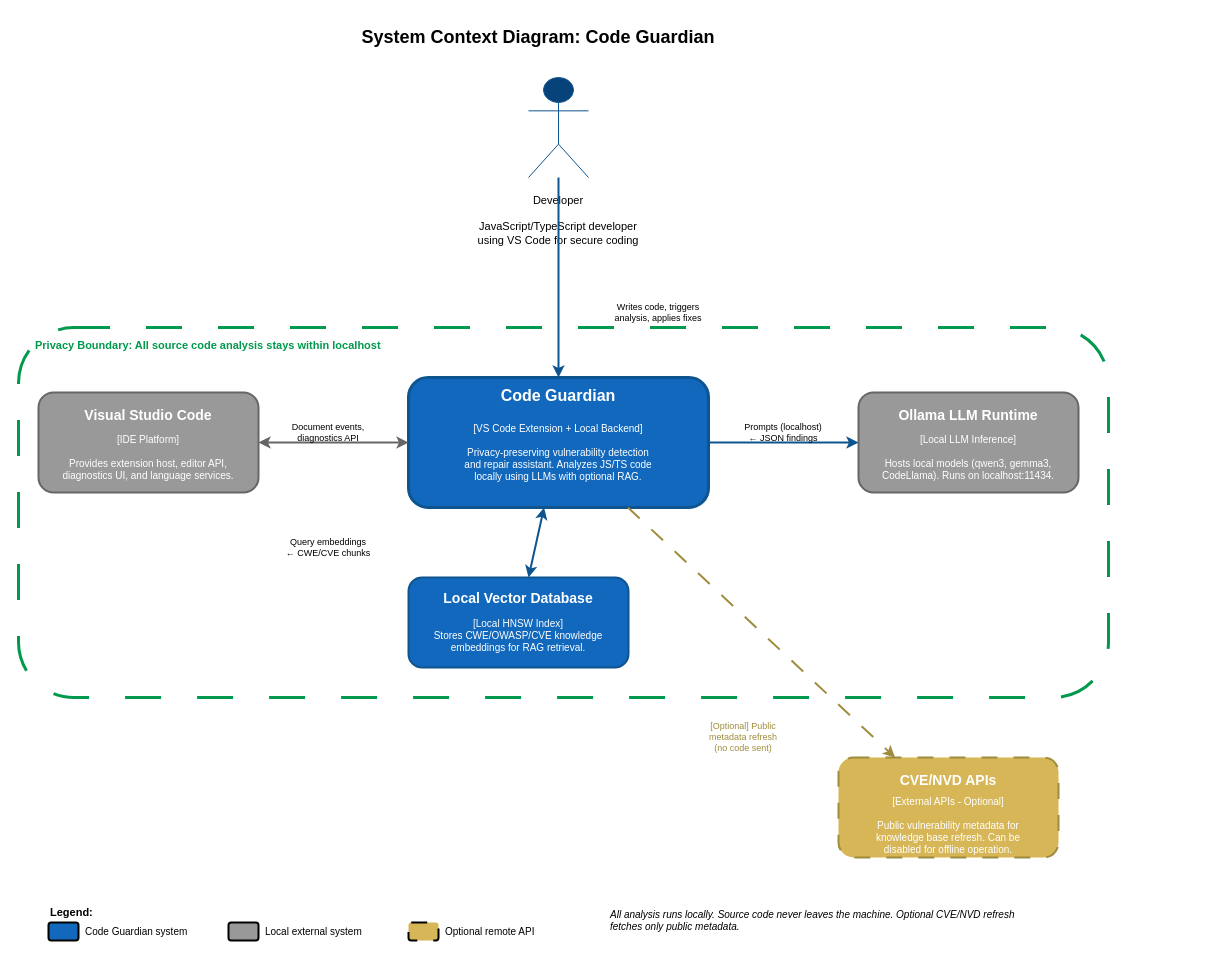
mdhafizur/tuc-master-thesis keeps this draw.io diagram as code-guardian-thesis-report/images/c4_context.drawio. Above is the earlier version. Source tidied: cells renumbered, new cells numbered last; positions are measured from the earlier drawing's top-left corner, leaving out a move shared by most shapes. Both pictures are drawn from the tidied source at 100%, with x=0, y=0 at pixel (18, 17).
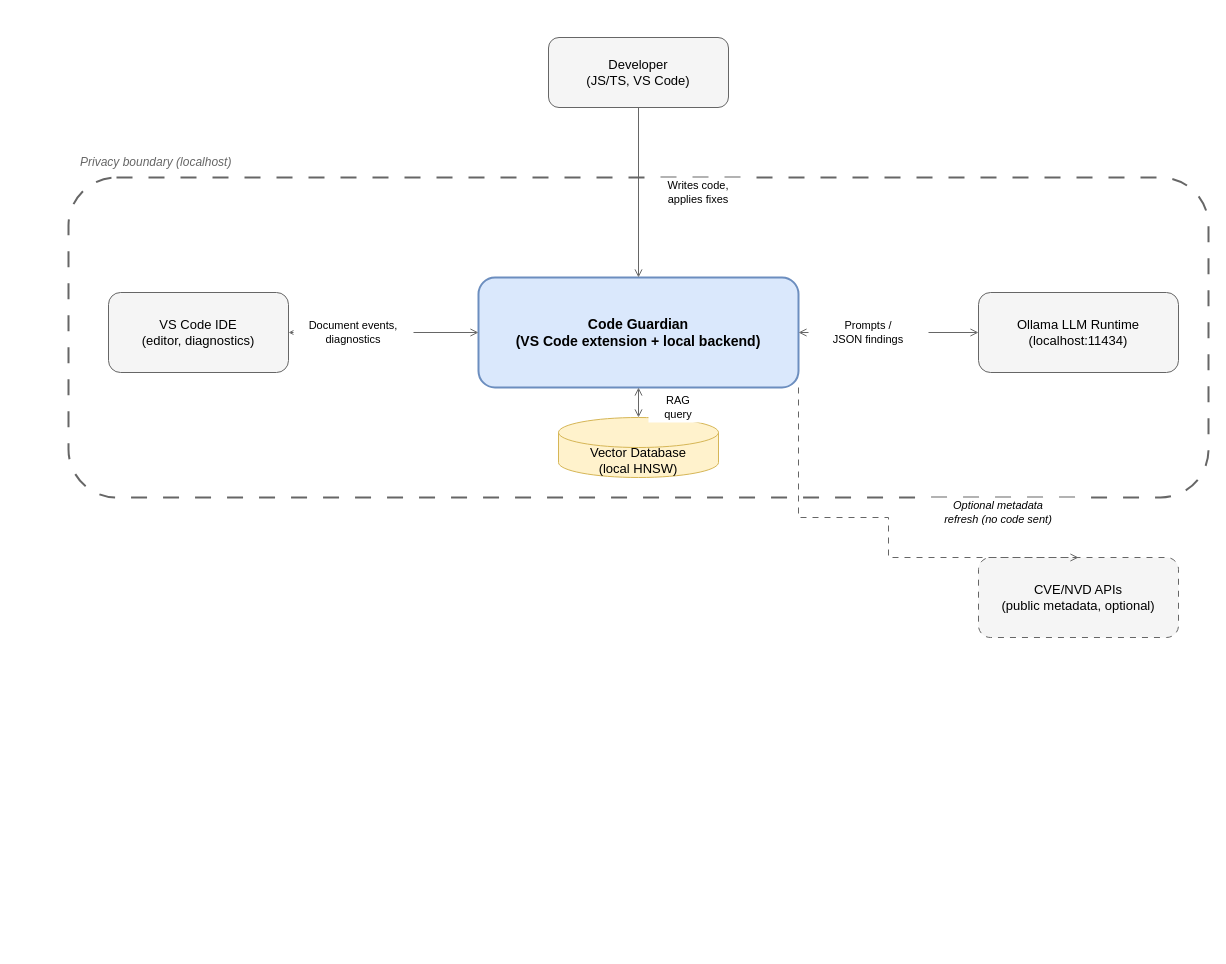
The same page after the edit.

What changed in the source:
```diff
@@
-    <mxCell id="2" value="System Context Diagram: Code Guardian" style="text;html=1;strokeColor=none;fillColor=none;align=center;verticalAlign=middle;whiteSpace=wrap;fontSize=18;fontStyle=1;" parent="1" vertex="1">
-      <mxGeometry x="270" width="500" height="40" as="geometry" />
-    </mxCell>
+    <mxCell id="41" style="rounded=1;whiteSpace=wrap;html=1;fillColor=none;strokeColor=#666666;strokeWidth=2;dashed=1;dashPattern=8 8;" parent="1" vertex="1">
+      <mxGeometry x="50" y="160" width="1140" height="320" as="geometry" />
+    </mxCell>
+    <mxCell id="42" value="Privacy boundary (localhost)" style="text;html=1;strokeColor=none;fillColor=none;align=left;verticalAlign=middle;whiteSpace=wrap;fontSize=12;fontStyle=2;fontColor=#666666;" parent="1" vertex="1">
+      <mxGeometry x="60" y="135" width="320" height="20" as="geometry" />
+    </mxCell>
-    <mxCell id="3" style="shape=umlActor;verticalLabelPosition=bottom;verticalAlign=top;html=1;fillColor=#08427b;strokeColor=#0e548f;fontSize=14;" parent="1" vertex="1">
-      <mxGeometry x="510" y="60" width="60" height="100" as="geometry" />
+    <mxCell id="3" value="Developer&#10;(JS/TS, VS Code)" style="rounded=1;whiteSpace=wrap;html=1;fillColor=#f5f5f5;strokeColor=#666666;strokeWidth=1;fontSize=13;" parent="1" vertex="1">
+      <mxGeometry x="530" y="20" width="180" height="70" as="geometry" />
     </mxCell>
-    <mxCell id="4" value="Developer&#10;&#10;JavaScript/TypeScript developer&#10;using VS Code for secure coding" style="text;html=1;strokeColor=none;fillColor=none;align=center;verticalAlign=top;whiteSpace=wrap;fontSize=11;" parent="1" vertex="1">
-      <mxGeometry x="450" y="170" width="180" height="60" as="geometry" />
-    </mxCell>
-    <mxCell id="5" style="rounded=1;whiteSpace=wrap;html=1;fillColor=none;strokeColor=#00994d;strokeWidth=3;dashed=1;dashPattern=12 12;" parent="1" vertex="1">
-      <mxGeometry y="310" width="1090" height="370" as="geometry" />
-    </mxCell>
-    <mxCell id="6" value="Privacy Boundary: All source code analysis stays within localhost" style="text;html=1;strokeColor=none;fillColor=none;align=left;verticalAlign=middle;whiteSpace=wrap;fontSize=11;fontStyle=1;fontColor=#00994d;" parent="1" vertex="1">
-      <mxGeometry x="15" y="315" width="370" height="25" as="geometry" />
-    </mxCell>
-    <mxCell id="7" style="rounded=1;whiteSpace=wrap;html=1;fillColor=#1168bd;strokeColor=#0e548f;strokeWidth=3;" parent="1" vertex="1">
-      <mxGeometry x="390" y="360" width="300" height="130" as="geometry" />
-    </mxCell>
-    <mxCell id="8" value="Code Guardian" style="text;html=1;strokeColor=none;fillColor=none;align=center;verticalAlign=middle;whiteSpace=wrap;fontSize=16;fontStyle=1;fontColor=#FFFFFF;" parent="1" vertex="1">
-      <mxGeometry x="390" y="365" width="300" height="25" as="geometry" />
-    </mxCell>
-    <mxCell id="9" value="[VS Code Extension + Local Backend]&#10;&#10;Privacy-preserving vulnerability detection&#10;and repair assistant. Analyzes JS/TS code&#10;locally using LLMs with optional RAG." style="text;html=1;strokeColor=none;fillColor=none;align=center;verticalAlign=middle;whiteSpace=wrap;fontSize=10;fontColor=#FFFFFF;" parent="1" vertex="1">
-      <mxGeometry x="400" y="395" width="280" height="80" as="geometry" />
-    </mxCell>
-    <mxCell id="10" style="rounded=1;whiteSpace=wrap;html=1;fillColor=#999999;strokeColor=#666666;strokeWidth=2;" parent="1" vertex="1">
-      <mxGeometry x="20" y="375" width="220" height="100" as="geometry" />
+    <mxCell id="10" value="VS Code IDE&#10;(editor, diagnostics)" style="rounded=1;whiteSpace=wrap;html=1;fillColor=#f5f5f5;strokeColor=#666666;strokeWidth=1;fontSize=13;" parent="1" vertex="1">
+      <mxGeometry x="90" y="275" width="180" height="80" as="geometry" />
     </mxCell>
-    <mxCell id="11" value="Visual Studio Code" style="text;html=1;strokeColor=none;fillColor=none;align=center;verticalAlign=middle;whiteSpace=wrap;fontSize=14;fontStyle=1;fontColor=#FFFFFF;" parent="1" vertex="1">
-      <mxGeometry x="20" y="385" width="220" height="25" as="geometry" />
-    </mxCell>
-    <mxCell id="12" value="[IDE Platform]&#10;&#10;Provides extension host, editor API,&#10;diagnostics UI, and language services." style="text;html=1;strokeColor=none;fillColor=none;align=center;verticalAlign=middle;whiteSpace=wrap;fontSize=10;fontColor=#FFFFFF;" parent="1" vertex="1">
-      <mxGeometry x="30" y="415" width="200" height="50" as="geometry" />
-    </mxCell>
+    <mxCell id="43" value="Code Guardian&#10;(VS Code extension + local backend)" style="rounded=1;whiteSpace=wrap;html=1;fillColor=#dae8fc;strokeColor=#6c8ebf;strokeWidth=2;fontSize=14;fontStyle=1;" parent="1" vertex="1">
+      <mxGeometry x="460" y="260" width="320" height="110" as="geometry" />
+    </mxCell>
-    <mxCell id="13" style="rounded=1;whiteSpace=wrap;html=1;fillColor=#999999;strokeColor=#666666;strokeWidth=2;" parent="1" vertex="1">
-      <mxGeometry x="840" y="375" width="220" height="100" as="geometry" />
+    <mxCell id="13" value="Ollama LLM Runtime&#10;(localhost:11434)" style="rounded=1;whiteSpace=wrap;html=1;fillColor=#f5f5f5;strokeColor=#666666;strokeWidth=1;fontSize=13;" parent="1" vertex="1">
+      <mxGeometry x="960" y="275" width="200" height="80" as="geometry" />
     </mxCell>
-    <mxCell id="14" value="Ollama LLM Runtime" style="text;html=1;strokeColor=none;fillColor=none;align=center;verticalAlign=middle;whiteSpace=wrap;fontSize=14;fontStyle=1;fontColor=#FFFFFF;" parent="1" vertex="1">
-      <mxGeometry x="840" y="385" width="220" height="25" as="geometry" />
-    </mxCell>
-    <mxCell id="15" value="[Local LLM Inference]&#10;&#10;Hosts local models (qwen3, gemma3,&#10;CodeLlama). Runs on localhost:11434." style="text;html=1;strokeColor=none;fillColor=none;align=center;verticalAlign=middle;whiteSpace=wrap;fontSize=10;fontColor=#FFFFFF;" parent="1" vertex="1">
-      <mxGeometry x="850" y="415" width="200" height="50" as="geometry" />
-    </mxCell>
-    <mxCell id="16" style="rounded=1;whiteSpace=wrap;html=1;fillColor=#1168bd;strokeColor=#0e548f;strokeWidth=2;" parent="1" vertex="1">
-      <mxGeometry x="390" y="560" width="220" height="90" as="geometry" />
+    <mxCell id="16" value="Vector Database&#10;(local HNSW)" style="shape=cylinder3;whiteSpace=wrap;html=1;boundedLbl=1;backgroundOutline=1;size=15;fillColor=#fff2cc;strokeColor=#d6b656;fontSize=13;" parent="1" vertex="1">
+      <mxGeometry x="540" y="400" width="160" height="60" as="geometry" />
     </mxCell>
-    <mxCell id="17" value="Local Vector Database" style="text;html=1;strokeColor=none;fillColor=none;align=center;verticalAlign=middle;whiteSpace=wrap;fontSize=14;fontStyle=1;fontColor=#FFFFFF;" parent="1" vertex="1">
-      <mxGeometry x="390" y="568" width="220" height="25" as="geometry" />
-    </mxCell>
-    <mxCell id="18" value="[Local HNSW Index]&#10;Stores CWE/OWASP/CVE knowledge&#10;embeddings for RAG retrieval." style="text;html=1;strokeColor=none;fillColor=none;align=center;verticalAlign=middle;whiteSpace=wrap;fontSize=10;fontColor=#FFFFFF;" parent="1" vertex="1">
-      <mxGeometry x="400" y="595" width="200" height="45" as="geometry" />
-    </mxCell>
-    <mxCell id="19" style="rounded=1;whiteSpace=wrap;html=1;fillColor=#d6b656;strokeColor=#9f8c3d;strokeWidth=2;dashed=1;dashPattern=8 8;" parent="1" vertex="1">
-      <mxGeometry x="820" y="740" width="220" height="100" as="geometry" />
-    </mxCell>
-    <mxCell id="20" value="CVE/NVD APIs" style="text;html=1;strokeColor=none;fillColor=none;align=center;verticalAlign=middle;whiteSpace=wrap;fontSize=14;fontStyle=1;fontColor=#FFFFFF;" parent="1" vertex="1">
-      <mxGeometry x="820" y="750" width="220" height="25" as="geometry" />
-    </mxCell>
-    <mxCell id="21" value="[External APIs - Optional]&#10;&#10;Public vulnerability metadata for&#10;knowledge base refresh. Can be&#10;disabled for offline operation." style="text;html=1;strokeColor=none;fillColor=none;align=center;verticalAlign=middle;whiteSpace=wrap;fontSize=10;fontColor=#FFFFFF;" parent="1" vertex="1">
-      <mxGeometry x="830" y="780" width="200" height="55" as="geometry" />
-    </mxCell>
-    <mxCell id="22" style="endArrow=classic;html=1;strokeWidth=2;strokeColor=#0e548f;" parent="1" edge="1" source="3" target="7">
-      <mxGeometry relative="1" as="geometry" />
-    </mxCell>
-    <mxCell id="23" value="Writes code, triggers&#10;analysis, applies fixes" style="text;html=1;strokeColor=none;fillColor=none;align=center;verticalAlign=middle;whiteSpace=wrap;fontSize=9;" parent="1" vertex="1">
-      <mxGeometry x="580" y="280" width="120" height="30" as="geometry" />
-    </mxCell>
-    <mxCell id="24" style="endArrow=classic;html=1;strokeWidth=2;strokeColor=#666666;startArrow=classic;startFill=1;" parent="1" edge="1" source="10" target="7">
-      <mxGeometry relative="1" as="geometry" />
-    </mxCell>
-    <mxCell id="25" value="Document events,&#10;diagnostics API" style="text;html=1;strokeColor=none;fillColor=none;align=center;verticalAlign=middle;whiteSpace=wrap;fontSize=9;" parent="1" vertex="1">
-      <mxGeometry x="255" y="400" width="110" height="30" as="geometry" />
-    </mxCell>
-    <mxCell id="26" style="endArrow=classic;html=1;strokeWidth=2;strokeColor=#0e548f;" parent="1" edge="1" source="7" target="13">
-      <mxGeometry relative="1" as="geometry" />
-    </mxCell>
-    <mxCell id="27" value="Prompts (localhost)&#10;← JSON findings" style="text;html=1;strokeColor=none;fillColor=none;align=center;verticalAlign=middle;whiteSpace=wrap;fontSize=9;" parent="1" vertex="1">
-      <mxGeometry x="710" y="400" width="110" height="30" as="geometry" />
-    </mxCell>
-    <mxCell id="28" style="endArrow=classic;html=1;strokeWidth=2;strokeColor=#0e548f;startArrow=classic;startFill=1;" parent="1" edge="1" source="7" target="16">
-      <mxGeometry relative="1" as="geometry" />
-    </mxCell>
-    <mxCell id="29" value="Query embeddings&#10;← CWE/CVE chunks" style="text;html=1;strokeColor=none;fillColor=none;align=center;verticalAlign=middle;whiteSpace=wrap;fontSize=9;" parent="1" vertex="1">
-      <mxGeometry x="250" y="515" width="120" height="30" as="geometry" />
-    </mxCell>
-    <mxCell id="30" style="endArrow=classic;html=1;strokeWidth=2;strokeColor=#9f8c3d;dashed=1;dashPattern=8 8;" parent="1" edge="1" source="7" target="19">
-      <mxGeometry relative="1" as="geometry" />
-    </mxCell>
-    <mxCell id="31" value="[Optional] Public&#10;metadata refresh&#10;(no code sent)" style="text;html=1;strokeColor=none;fillColor=none;align=center;verticalAlign=middle;whiteSpace=wrap;fontSize=9;fontColor=#9f8c3d;" parent="1" vertex="1">
-      <mxGeometry x="670" y="700" width="110" height="40" as="geometry" />
-    </mxCell>
-    <mxCell id="32" style="rounded=0;whiteSpace=wrap;html=1;fillColor=none;strokeColor=none;" parent="1" vertex="1">
-      <mxGeometry x="20" y="880" width="550" height="50" as="geometry" />
-    </mxCell>
-    <mxCell id="33" value="Legend:" style="text;html=1;strokeColor=none;fillColor=none;align=left;verticalAlign=middle;whiteSpace=wrap;fontSize=11;fontStyle=1;" parent="1" vertex="1">
-      <mxGeometry x="30" y="885" width="50" height="20" as="geometry" />
-    </mxCell>
-    <mxCell id="34" style="rounded=1;whiteSpace=wrap;html=1;fillColor=#1168bd;strokeWidth=2;" parent="1" vertex="1">
-      <mxGeometry x="30" y="905" width="30" height="18" as="geometry" />
-    </mxCell>
-    <mxCell id="35" value="Code Guardian system" style="text;html=1;strokeColor=none;fillColor=none;align=left;verticalAlign=middle;whiteSpace=wrap;fontSize=10;" parent="1" vertex="1">
-      <mxGeometry x="65" y="905" width="130" height="18" as="geometry" />
-    </mxCell>
-    <mxCell id="36" style="rounded=1;whiteSpace=wrap;html=1;fillColor=#999999;strokeWidth=2;" parent="1" vertex="1">
-      <mxGeometry x="210" y="905" width="30" height="18" as="geometry" />
-    </mxCell>
-    <mxCell id="37" value="Local external system" style="text;html=1;strokeColor=none;fillColor=none;align=left;verticalAlign=middle;whiteSpace=wrap;fontSize=10;" parent="1" vertex="1">
-      <mxGeometry x="245" y="905" width="130" height="18" as="geometry" />
-    </mxCell>
-    <mxCell id="38" style="rounded=1;whiteSpace=wrap;html=1;fillColor=#d6b656;strokeWidth=2;dashed=1;dashPattern=8 8;" parent="1" vertex="1">
-      <mxGeometry x="390" y="905" width="30" height="18" as="geometry" />
-    </mxCell>
-    <mxCell id="39" value="Optional remote API" style="text;html=1;strokeColor=none;fillColor=none;align=left;verticalAlign=middle;whiteSpace=wrap;fontSize=10;" parent="1" vertex="1">
-      <mxGeometry x="425" y="905" width="120" height="18" as="geometry" />
-    </mxCell>
-    <mxCell id="40" value="All analysis runs locally. Source code never leaves the machine. Optional CVE/NVD refresh fetches only public metadata." style="text;html=1;strokeColor=none;fillColor=none;align=left;verticalAlign=middle;whiteSpace=wrap;fontSize=10;fontStyle=2;" parent="1" vertex="1">
-      <mxGeometry x="590" y="885" width="420" height="35" as="geometry" />
-    </mxCell>
+    <mxCell id="44" value="CVE/NVD APIs&#10;(public metadata, optional)" style="rounded=1;whiteSpace=wrap;html=1;fillColor=#f5f5f5;strokeColor=#666666;strokeWidth=1;dashed=1;dashPattern=6 6;fontSize=13;" parent="1" vertex="1">
+      <mxGeometry x="960" y="540" width="200" height="80" as="geometry" />
+    </mxCell>
+    <mxCell id="45" style="endArrow=open;html=1;edgeStyle=orthogonalEdgeStyle;rounded=0;exitX=0.5;exitY=1;entryX=0.5;entryY=0;strokeWidth=1;strokeColor=#666666;fontSize=12;labelBackgroundColor=#FFFFFF;" parent="1" edge="1" source="3" target="43">
+      <mxGeometry relative="1" as="geometry" />
+    </mxCell>
+    <mxCell id="46" value="Writes code,&#10;applies fixes" style="text;html=1;strokeColor=none;fillColor=#FFFFFF;align=center;verticalAlign=middle;whiteSpace=wrap;fontSize=11;" parent="1" vertex="1">
+      <mxGeometry x="630" y="160" width="100" height="30" as="geometry" />
+    </mxCell>
+    <mxCell id="47" style="endArrow=open;startArrow=open;html=1;edgeStyle=orthogonalEdgeStyle;rounded=0;exitX=1;exitY=0.5;entryX=0;entryY=0.5;strokeWidth=1;strokeColor=#666666;fontSize=12;labelBackgroundColor=#FFFFFF;" parent="1" edge="1" source="10" target="43">
+      <mxGeometry relative="1" as="geometry" />
+    </mxCell>
+    <mxCell id="48" value="Document events,&#10;diagnostics" style="text;html=1;strokeColor=none;fillColor=#FFFFFF;align=center;verticalAlign=middle;whiteSpace=wrap;fontSize=11;" parent="1" vertex="1">
+      <mxGeometry x="275" y="300" width="120" height="30" as="geometry" />
+    </mxCell>
+    <mxCell id="49" style="endArrow=open;startArrow=open;html=1;edgeStyle=orthogonalEdgeStyle;rounded=0;exitX=1;exitY=0.5;entryX=0;entryY=0.5;strokeWidth=1;strokeColor=#666666;fontSize=12;labelBackgroundColor=#FFFFFF;" parent="1" edge="1" source="43" target="13">
+      <mxGeometry relative="1" as="geometry" />
+    </mxCell>
+    <mxCell id="50" value="Prompts /&#10;JSON findings" style="text;html=1;strokeColor=none;fillColor=#FFFFFF;align=center;verticalAlign=middle;whiteSpace=wrap;fontSize=11;" parent="1" vertex="1">
+      <mxGeometry x="790" y="300" width="120" height="30" as="geometry" />
+    </mxCell>
+    <mxCell id="51" style="endArrow=open;startArrow=open;html=1;edgeStyle=orthogonalEdgeStyle;rounded=0;exitX=0.5;exitY=1;entryX=0.5;entryY=0;strokeWidth=1;strokeColor=#666666;fontSize=12;labelBackgroundColor=#FFFFFF;" parent="1" edge="1" source="43" target="16">
+      <mxGeometry relative="1" as="geometry" />
+    </mxCell>
+    <mxCell id="52" value="RAG&#10;query" style="text;html=1;strokeColor=none;fillColor=#FFFFFF;align=center;verticalAlign=middle;whiteSpace=wrap;fontSize=11;" parent="1" vertex="1">
+      <mxGeometry x="630" y="375" width="60" height="30" as="geometry" />
+    </mxCell>
+    <mxCell id="53" style="endArrow=open;html=1;edgeStyle=orthogonalEdgeStyle;rounded=0;exitX=1;exitY=1;entryX=0.5;entryY=0;strokeWidth=1;strokeColor=#666666;dashed=1;dashPattern=6 6;fontSize=12;labelBackgroundColor=#FFFFFF;" parent="1" edge="1" source="43" target="44">
+      <mxGeometry relative="1" as="geometry">
+        <Array as="points">
+          <mxPoint x="870" y="500" />
+        </Array>
+      </mxGeometry>
+    </mxCell>
+    <mxCell id="54" value="Optional metadata&#10;refresh (no code sent)" style="text;html=1;strokeColor=none;fillColor=#FFFFFF;align=center;verticalAlign=middle;whiteSpace=wrap;fontSize=11;fontStyle=2;" parent="1" vertex="1">
+      <mxGeometry x="900" y="480" width="160" height="30" as="geometry" />
+    </mxCell>
```
